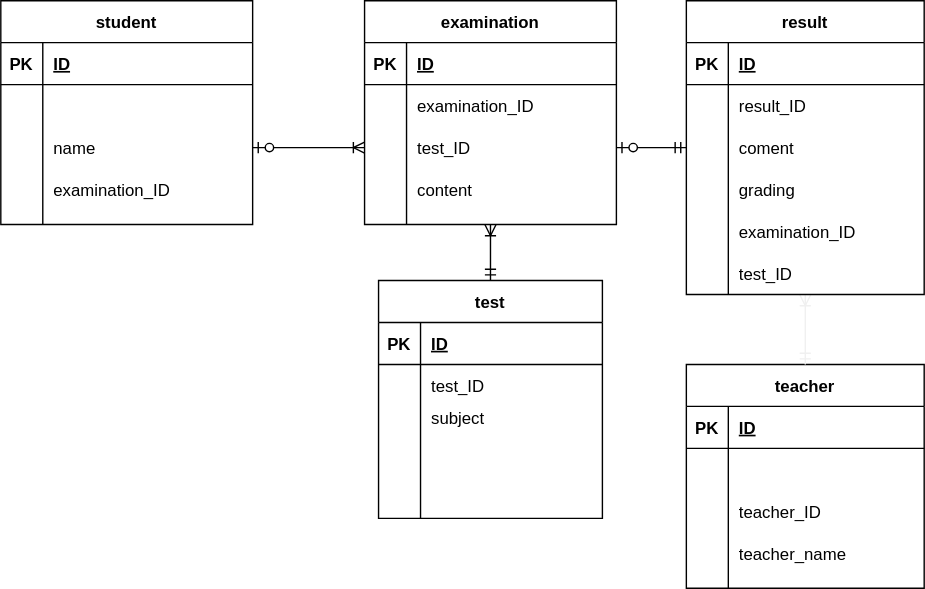
Before: 20210526 須藤.drawio.svg, a diagram exported from draw.io (sudou957/laravelpj). Source tidied: cells renumbered, new cells last; positions are measured from the earlier drawing's top-left corner, leaving out a move shared by most shapes.
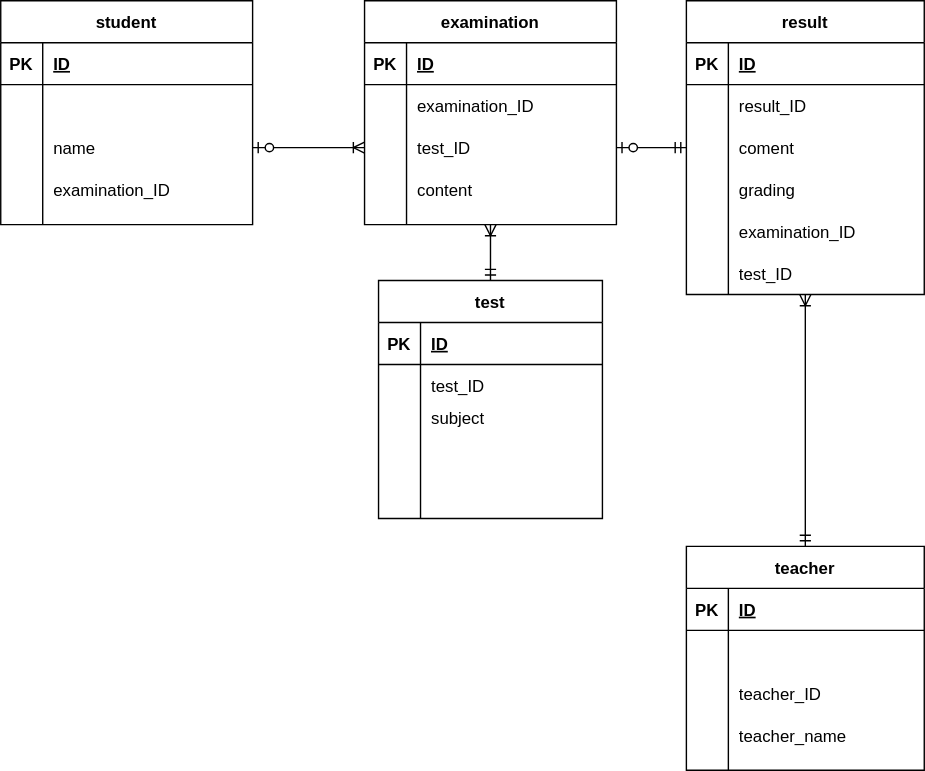
Later version of the same file.

The edit, as a diff of the source:
```diff
@@ -3,7 +3,7 @@
     <mxCell id="0" />
     <mxCell id="1" parent="0" />
     <mxCell id="2" value="teacher" style="shape=table;startSize=30;rowLines=0;fontStyle=1;align=center;" parent="1" vertex="1">
-      <mxGeometry x="490" y="260" width="170" height="160" as="geometry" />
+      <mxGeometry x="490" y="390" width="170" height="160" as="geometry" />
     </mxCell>
     <mxCell id="3" style="shape=partialRectangle;fillColor=none;top=0;left=0;bottom=1;right=0;" parent="2" vertex="1">
       <mxGeometry y="30" width="170" height="30" as="geometry" />
@@ -128,7 +128,7 @@
     <mxCell id="43" value="examination_ID" style="shape=partialRectangle;fillColor=none;top=0;left=0;bottom=0;right=0;align=left;spacingLeft=6;overflow=hidden;" parent="41" vertex="1">
       <mxGeometry x="30" width="150" height="30" as="geometry" />
     </mxCell>
-    <mxCell id="44" style="fontSize=12;html=1;endArrow=ERoneToMany;startArrow=ERmandOne;strokeColor=#f0f0f0;entryX=0.5;entryY=1;entryDx=0;entryDy=0;exitX=0.5;exitY=0;exitDx=0;exitDy=0;" parent="1" edge="1" source="2" target="59">
+    <mxCell id="44" style="fontSize=12;html=1;endArrow=ERoneToMany;startArrow=ERmandOne;entryX=0.5;entryY=1;entryDx=0;entryDy=0;exitX=0.5;exitY=0;exitDx=0;exitDy=0;" parent="1" edge="1" source="2" target="59">
       <mxGeometry relative="1" as="geometry" />
     </mxCell>
     <mxCell id="45" value="examination" style="shape=table;startSize=30;rowLines=0;fontStyle=1;align=center;" parent="1" vertex="1">
```
